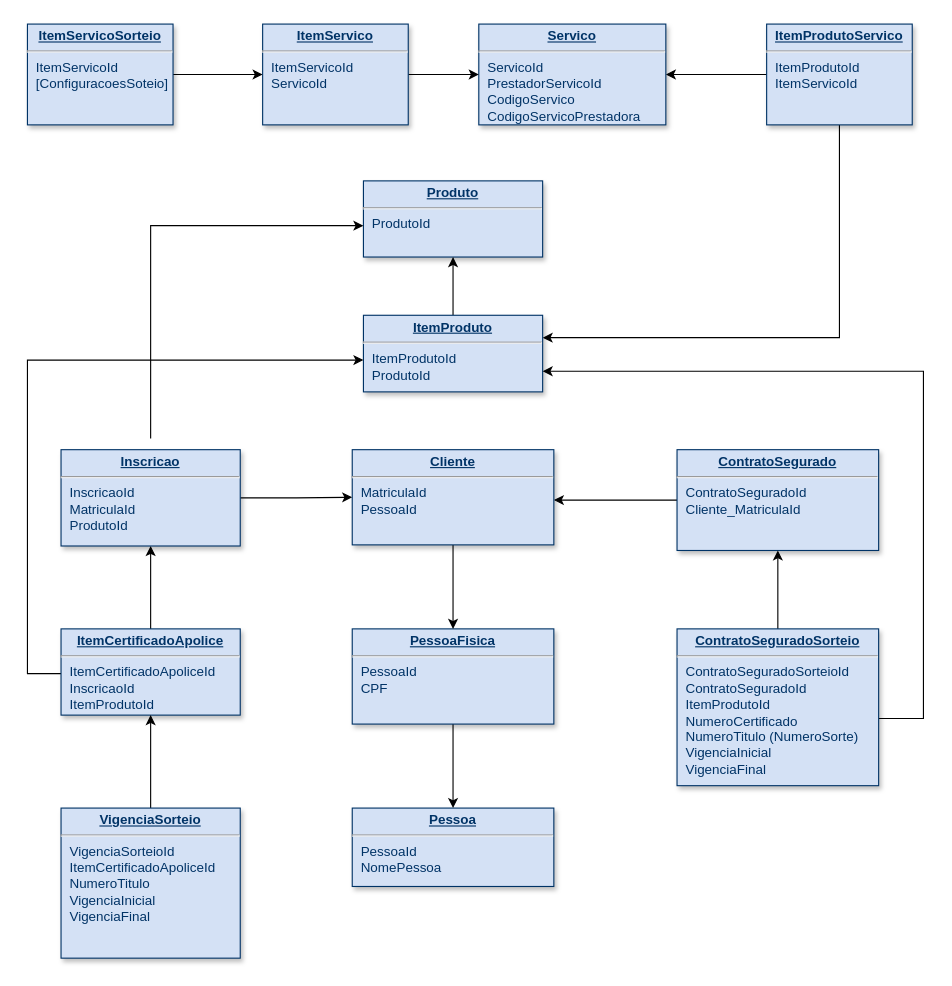
Above: io/Diagrama sem nome.drawio.xml in Bruno-N-Fernandes/draw (draw.io), before the change. Source tidied: cells renumbered, new cells numbered last; positions are measured from the earlier drawing's top-left corner, leaving out a move shared by most shapes. Both pictures are drawn from the tidied source at 112%, with x=0, y=0 at pixel (27, 24).
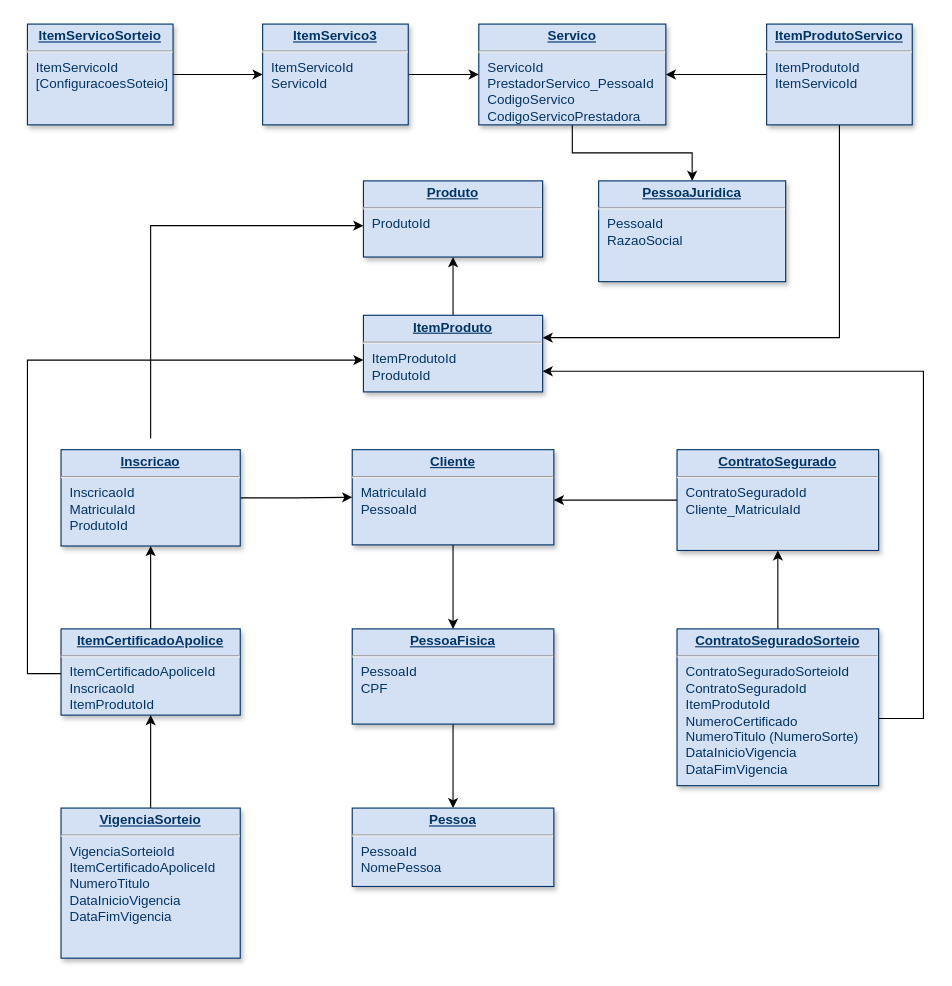
The same page after the edit.

The edit, as a diff of the source:
```diff
@@
+    <mxCell id="31" style="edgeStyle=orthogonalEdgeStyle;rounded=0;jettySize=auto;html=1;" parent="1" edge="1" source="8" target="32">
+      <mxGeometry relative="1" as="geometry" />
+    </mxCell>
-    <mxCell id="8" value="&lt;p style=&quot;border-color: var(--border-color); margin: 4px 0px 0px; text-align: center; text-decoration-line: underline;&quot;&gt;&lt;strong style=&quot;background-color: initial; border-color: var(--border-color);&quot;&gt;Servico&lt;/strong&gt;&lt;br&gt;&lt;/p&gt;&lt;hr style=&quot;border-color: var(--border-color);&quot;&gt;&lt;p style=&quot;border-color: var(--border-color); margin: 0px 0px 0px 8px;&quot;&gt;ServicoId&lt;/p&gt;&lt;p style=&quot;border-color: var(--border-color); margin: 0px 0px 0px 8px;&quot;&gt;PrestadorServicoId&lt;/p&gt;&lt;p style=&quot;border-color: var(--border-color); margin: 0px 0px 0px 8px;&quot;&gt;CodigoServico&lt;/p&gt;&lt;p style=&quot;border-color: var(--border-color); margin: 0px 0px 0px 8px;&quot;&gt;CodigoServicoPrestadora&lt;/p&gt;" style="verticalAlign=top;align=left;overflow=fill;fontSize=12;fontFamily=Helvetica;html=1;strokeColor=#003366;shadow=1;fillColor=#D4E1F5;fontColor=#003366;" parent="1" vertex="1">
+    <mxCell id="8" value="&lt;p style=&quot;border-color: var(--border-color); margin: 4px 0px 0px; text-align: center; text-decoration-line: underline;&quot;&gt;&lt;strong style=&quot;background-color: initial; border-color: var(--border-color);&quot;&gt;Servico&lt;/strong&gt;&lt;br&gt;&lt;/p&gt;&lt;hr style=&quot;border-color: var(--border-color);&quot;&gt;&lt;p style=&quot;border-color: var(--border-color); margin: 0px 0px 0px 8px;&quot;&gt;ServicoId&lt;/p&gt;&lt;p style=&quot;border-color: var(--border-color); margin: 0px 0px 0px 8px;&quot;&gt;PrestadorServico_PessoaId&lt;/p&gt;&lt;p style=&quot;border-color: var(--border-color); margin: 0px 0px 0px 8px;&quot;&gt;CodigoServico&lt;/p&gt;&lt;p style=&quot;border-color: var(--border-color); margin: 0px 0px 0px 8px;&quot;&gt;CodigoServicoPrestadora&lt;/p&gt;" style="verticalAlign=top;align=left;overflow=fill;fontSize=12;fontFamily=Helvetica;html=1;strokeColor=#003366;shadow=1;fillColor=#D4E1F5;fontColor=#003366;" parent="1" vertex="1">
       <mxGeometry x="403" width="167" height="90" as="geometry" />
     </mxCell>
@@
-    <mxCell id="12" value="&lt;p style=&quot;margin: 0px; margin-top: 4px; text-align: center; text-decoration: underline;&quot;&gt;&lt;strong&gt;ItemServico&lt;/strong&gt;&lt;/p&gt;&lt;hr&gt;&lt;p style=&quot;margin: 0px; margin-left: 8px;&quot;&gt;ItemServicoId&lt;/p&gt;&lt;p style=&quot;margin: 0px; margin-left: 8px;&quot;&gt;ServicoId&lt;/p&gt;" style="verticalAlign=top;align=left;overflow=fill;fontSize=12;fontFamily=Helvetica;html=1;strokeColor=#003366;shadow=1;fillColor=#D4E1F5;fontColor=#003366;" parent="1" vertex="1">
+    <mxCell id="12" value="&lt;p style=&quot;margin: 0px; margin-top: 4px; text-align: center; text-decoration: underline;&quot;&gt;&lt;strong&gt;ItemServico3&lt;/strong&gt;&lt;/p&gt;&lt;hr&gt;&lt;p style=&quot;margin: 0px; margin-left: 8px;&quot;&gt;ItemServicoId&lt;/p&gt;&lt;p style=&quot;margin: 0px; margin-left: 8px;&quot;&gt;ServicoId&lt;/p&gt;" style="verticalAlign=top;align=left;overflow=fill;fontSize=12;fontFamily=Helvetica;html=1;strokeColor=#003366;shadow=1;fillColor=#D4E1F5;fontColor=#003366;" parent="1" vertex="1">
       <mxGeometry x="210" width="130" height="90" as="geometry" />
     </mxCell>
@@
-    <mxCell id="17" value="&lt;p style=&quot;margin: 0px; margin-top: 4px; text-align: center; text-decoration: underline;&quot;&gt;&lt;strong&gt;VigenciaSorteio&lt;/strong&gt;&lt;/p&gt;&lt;hr&gt;&lt;p style=&quot;margin: 0px; margin-left: 8px;&quot;&gt;VigenciaSorteioId&lt;/p&gt;&lt;p style=&quot;margin: 0px; margin-left: 8px;&quot;&gt;ItemCertificadoApoliceId&lt;br&gt;&lt;/p&gt;&lt;p style=&quot;margin: 0px; margin-left: 8px;&quot;&gt;NumeroTitulo&lt;/p&gt;&lt;p style=&quot;margin: 0px; margin-left: 8px;&quot;&gt;VigenciaInicial&lt;/p&gt;&lt;p style=&quot;margin: 0px; margin-left: 8px;&quot;&gt;VigenciaFinal&lt;/p&gt;" style="verticalAlign=top;align=left;overflow=fill;fontSize=12;fontFamily=Helvetica;html=1;strokeColor=#003366;shadow=1;fillColor=#D4E1F5;fontColor=#003366;" parent="1" vertex="1">
+    <mxCell id="17" value="&lt;p style=&quot;margin: 0px; margin-top: 4px; text-align: center; text-decoration: underline;&quot;&gt;&lt;strong&gt;VigenciaSorteio&lt;/strong&gt;&lt;/p&gt;&lt;hr&gt;&lt;p style=&quot;margin: 0px; margin-left: 8px;&quot;&gt;VigenciaSorteioId&lt;/p&gt;&lt;p style=&quot;margin: 0px; margin-left: 8px;&quot;&gt;ItemCertificadoApoliceId&lt;br&gt;&lt;/p&gt;&lt;p style=&quot;margin: 0px; margin-left: 8px;&quot;&gt;NumeroTitulo&lt;/p&gt;&lt;p style=&quot;margin: 0px; margin-left: 8px;&quot;&gt;DataInicioVigencia&lt;/p&gt;&lt;p style=&quot;margin: 0px; margin-left: 8px;&quot;&gt;DataFimVigencia&lt;/p&gt;" style="verticalAlign=top;align=left;overflow=fill;fontSize=12;fontFamily=Helvetica;html=1;strokeColor=#003366;shadow=1;fillColor=#D4E1F5;fontColor=#003366;" parent="1" vertex="1">
       <mxGeometry x="30" y="700" width="160" height="134" as="geometry" />
     </mxCell>
@@
-    <mxCell id="25" value="&lt;p style=&quot;margin: 0px; margin-top: 4px; text-align: center; text-decoration: underline;&quot;&gt;&lt;strong&gt;ContratoSeguradoSorteio&lt;/strong&gt;&lt;/p&gt;&lt;hr&gt;&lt;p style=&quot;margin: 0px; margin-left: 8px;&quot;&gt;ContratoSeguradoSorteio&lt;span style=&quot;background-color: initial;&quot;&gt;Id&lt;/span&gt;&lt;/p&gt;&lt;p style=&quot;margin: 0px; margin-left: 8px;&quot;&gt;ContratoSeguradoId&lt;br&gt;&lt;/p&gt;&lt;p style=&quot;margin: 0px; margin-left: 8px;&quot;&gt;ItemProdutoId&lt;/p&gt;&lt;p style=&quot;margin: 0px; margin-left: 8px;&quot;&gt;NumeroCertificado&lt;/p&gt;&lt;p style=&quot;margin: 0px; margin-left: 8px;&quot;&gt;NumeroTitulo (NumeroSorte)&lt;/p&gt;&lt;p style=&quot;margin: 0px; margin-left: 8px;&quot;&gt;VigenciaInicial&lt;/p&gt;&lt;p style=&quot;margin: 0px; margin-left: 8px;&quot;&gt;VigenciaFinal&lt;/p&gt;" style="verticalAlign=top;align=left;overflow=fill;fontSize=12;fontFamily=Helvetica;html=1;strokeColor=#003366;shadow=1;fillColor=#D4E1F5;fontColor=#003366;" parent="1" vertex="1">
+    <mxCell id="25" value="&lt;p style=&quot;margin: 0px; margin-top: 4px; text-align: center; text-decoration: underline;&quot;&gt;&lt;strong&gt;ContratoSeguradoSorteio&lt;/strong&gt;&lt;/p&gt;&lt;hr&gt;&lt;p style=&quot;margin: 0px; margin-left: 8px;&quot;&gt;ContratoSeguradoSorteio&lt;span style=&quot;background-color: initial;&quot;&gt;Id&lt;/span&gt;&lt;/p&gt;&lt;p style=&quot;margin: 0px; margin-left: 8px;&quot;&gt;ContratoSeguradoId&lt;br&gt;&lt;/p&gt;&lt;p style=&quot;margin: 0px; margin-left: 8px;&quot;&gt;ItemProdutoId&lt;/p&gt;&lt;p style=&quot;margin: 0px; margin-left: 8px;&quot;&gt;NumeroCertificado&lt;/p&gt;&lt;p style=&quot;margin: 0px; margin-left: 8px;&quot;&gt;NumeroTitulo (NumeroSorte)&lt;/p&gt;&lt;p style=&quot;border-color: var(--border-color); margin: 0px 0px 0px 8px;&quot;&gt;DataInicioVigencia&lt;/p&gt;&lt;p style=&quot;border-color: var(--border-color); margin: 0px 0px 0px 8px;&quot;&gt;DataFimVigencia&lt;/p&gt;" style="verticalAlign=top;align=left;overflow=fill;fontSize=12;fontFamily=Helvetica;html=1;strokeColor=#003366;shadow=1;fillColor=#D4E1F5;fontColor=#003366;" parent="1" vertex="1">
       <mxGeometry x="580" y="540" width="180" height="140" as="geometry" />
     </mxCell>
@@
+    <mxCell id="32" value="&lt;p style=&quot;border-color: var(--border-color); margin: 4px 0px 0px; text-align: center; text-decoration-line: underline;&quot;&gt;&lt;strong style=&quot;background-color: initial; border-color: var(--border-color);&quot;&gt;PessoaJuridica&lt;/strong&gt;&lt;br&gt;&lt;/p&gt;&lt;hr style=&quot;border-color: var(--border-color);&quot;&gt;&lt;p style=&quot;border-color: var(--border-color); margin: 0px 0px 0px 8px;&quot;&gt;PessoaId&lt;/p&gt;&lt;p style=&quot;border-color: var(--border-color); margin: 0px 0px 0px 8px;&quot;&gt;RazaoSocial&lt;/p&gt;" style="verticalAlign=top;align=left;overflow=fill;fontSize=12;fontFamily=Helvetica;html=1;strokeColor=#003366;shadow=1;fillColor=#D4E1F5;fontColor=#003366;" parent="1" vertex="1">
+      <mxGeometry x="510" y="140" width="167" height="90" as="geometry" />
+    </mxCell>
```
